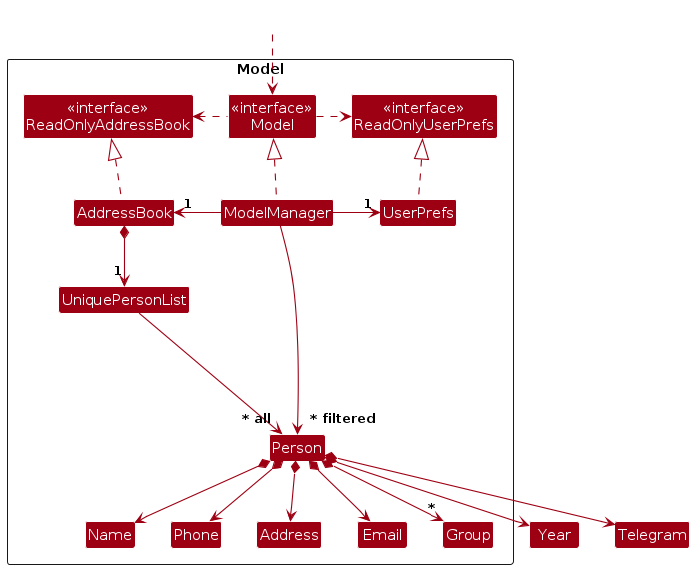
tohlh/tp keeps this PlantUML diagram as diagrams/ModelClassDiagram.png. Above is the earlier version. Its source is kept beside it as diagrams/ModelClassDiagram.puml.
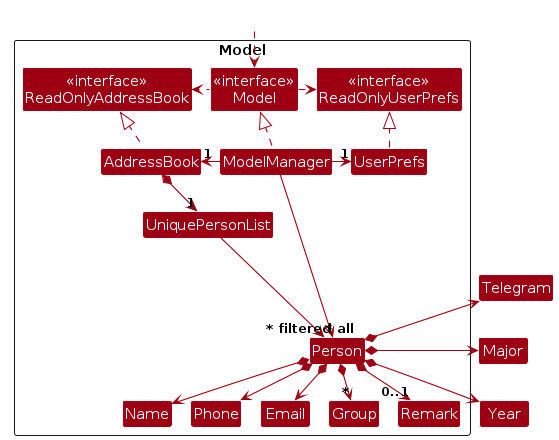
After the change.

Diff of the diagram source:
```diff
@@ -1,4 +1,5 @@
 @startuml
+!pragma layout smetana
 !include style.puml
 skinparam arrowThickness 1.1
 skinparam arrowColor MODEL_COLOR
@@ -14,11 +15,11 @@
 
 Class UniquePersonList
 Class Person
-Class Address
 Class Email
 Class Name
 Class Phone
 Class Group
+Class Remark
 
 Class I #FFFFFF
 }
@@ -41,16 +42,16 @@
 Person *--> Phone
 Person *--> Email
 Person *--> Year
-Person *--> Telegram
-Person *--> Address
+Person *-up-> Telegram
+Person *-right-> Major
 Person *--> "*" Group
+Person *--> "0..1" Remark
 
 Person -[hidden]up--> I
 UniquePersonList -[hidden]right-> I
 
 Name -[hidden]right-> Phone
-Phone -[hidden]right-> Address
-Address -[hidden]right-> Email
+Phone -[hidden]right-> Email
 
 ModelManager --> "~* filtered" Person
 @enduml
```
